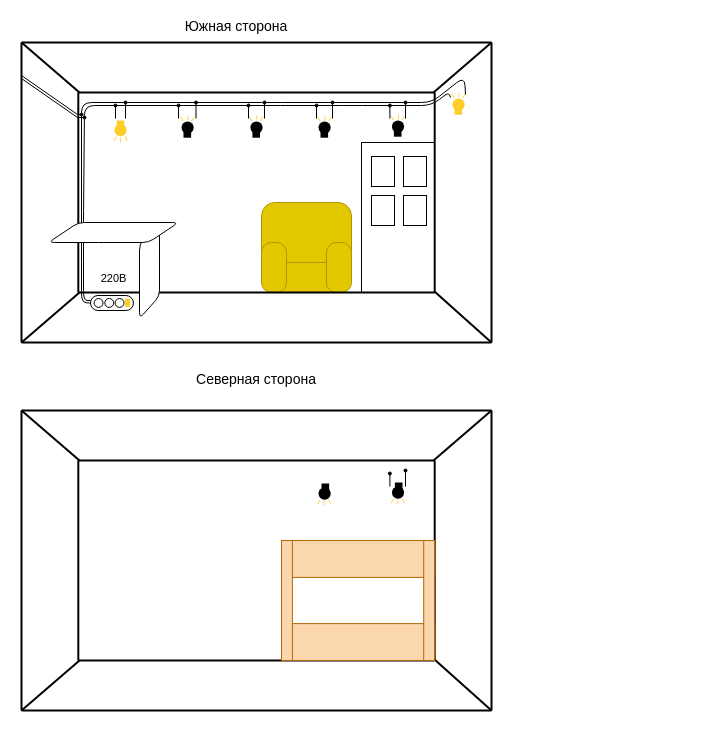
Pilgore-pi/Open-proger-notes keeps this draw.io diagram as 01 Идеи проектов/Целевые проекты/Параллельное RGB освещение/Карта проекта.drawio. Above is the earlier version. Source tidied: cells renumbered, new cells numbered last; positions are measured from the earlier drawing's top-left corner, leaving out a move shared by most shapes. Both pictures are drawn from the tidied source at 100%, with x=0, y=0 at pixel (21, 17).
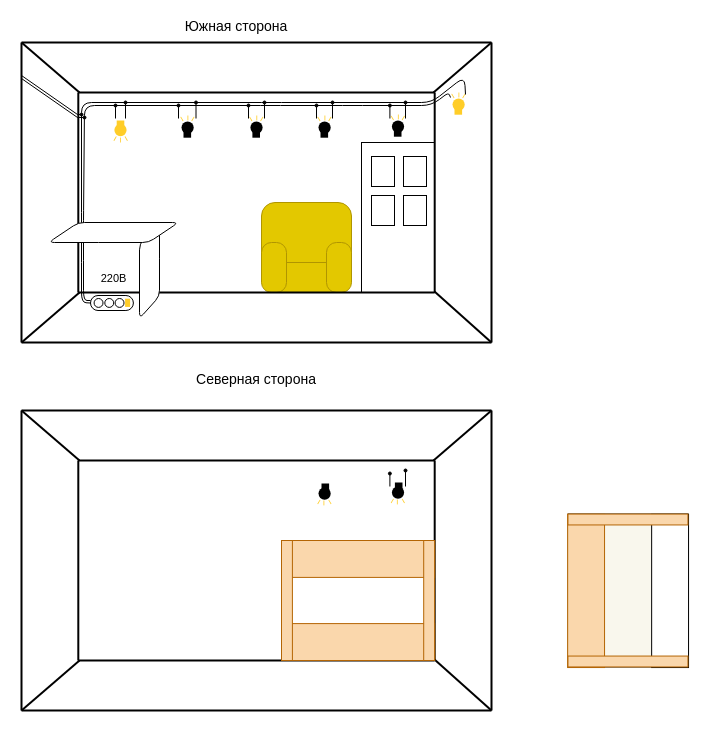
After the change.

Commit message:
obsidian auto commit: 16-11-2025 16:06

The edit, as a diff of the source:
```diff
@@
+    <mxCell id="128" style="group;rotation=90;fillColor=#f9f7ed;strokeColor=light-dark(#36393D,#000000);" parent="1" vertex="1">
+      <mxGeometry x="530" y="513" width="153.2" height="120" as="geometry" />
+    </mxCell>
+    <mxCell id="129" style="rounded=0;whiteSpace=wrap;html=1;rotation=90;fillColor=light-dark(#FFFFFF,#4C4756);strokeColor=light-dark(#000000,#5E5E5E);" parent="128" vertex="1">
+      <mxGeometry x="42" y="42" width="153.2" height="36.9" as="geometry" />
+    </mxCell>
+    <mxCell id="130" style="rounded=0;whiteSpace=wrap;html=1;fillColor=light-dark(#fad7ac, #4c4756);strokeColor=#b46504;rotation=90;" parent="128" vertex="1">
+      <mxGeometry x="-42" y="42" width="153.2" height="36.9" as="geometry" />
+    </mxCell>
+    <mxCell id="131" style="rounded=0;whiteSpace=wrap;html=1;fillColor=#fad7ac;strokeColor=#b46504;rotation=90;" parent="128" vertex="1">
+      <mxGeometry x="71" y="-71" width="10.9" height="120" as="geometry" />
+    </mxCell>
+    <mxCell id="132" style="rounded=0;whiteSpace=wrap;html=1;fillColor=#fad7ac;strokeColor=#b46504;rotation=90;" parent="128" vertex="1">
+      <mxGeometry x="71" y="71" width="10.9" height="120" as="geometry" />
+    </mxCell>
```
